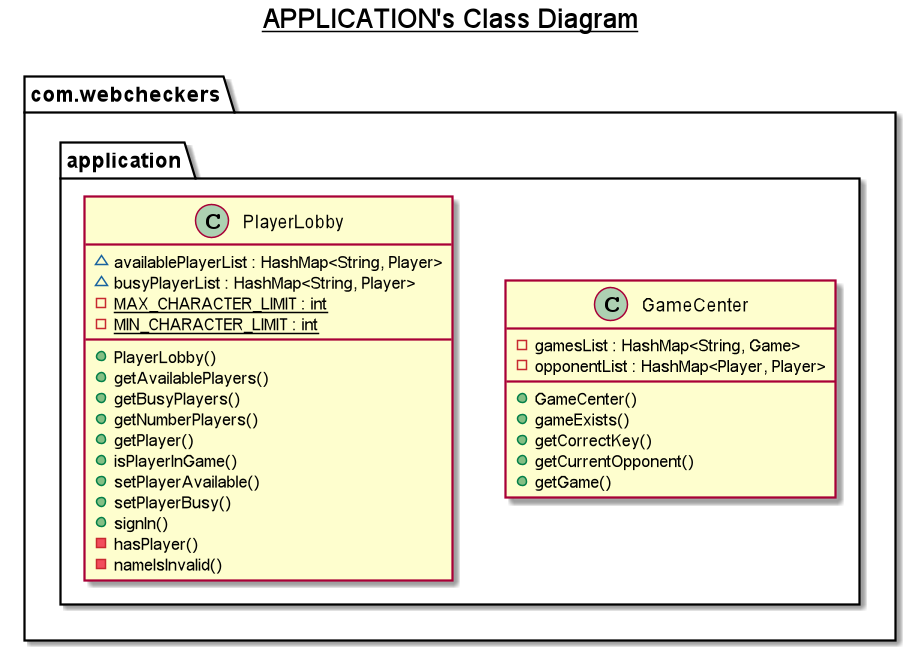
This is docs/application.png from Paxogos/checkers-app, a PlantUML export, as it was before one commit. Source of this version:
```plantuml
@startuml

title __APPLICATION's Class Diagram__\n

  namespace com.webcheckers {
    namespace application {
      class com.webcheckers.application.GameCenter {
          - gamesList : HashMap<String, Game>
          - opponentList : HashMap<Player, Player>
          + GameCenter()
          + gameExists()
          + getCorrectKey()
          + getCurrentOpponent()
          + getGame()
      }
    }
  }


  namespace com.webcheckers {
    namespace application {
      class com.webcheckers.application.PlayerLobby {
          ~ availablePlayerList : HashMap<String, Player>
          ~ busyPlayerList : HashMap<String, Player>
          {static} - MAX_CHARACTER_LIMIT : int
          {static} - MIN_CHARACTER_LIMIT : int
          + PlayerLobby()
          + getAvailablePlayers()
          + getBusyPlayers()
          + getNumberPlayers()
          + getPlayer()
          + isPlayerInGame()
          + setPlayerAvailable()
          + setPlayerBusy()
          + signIn()
          - hasPlayer()
          - nameIsInvalid()
      }
    }
  }






right footer


PlantUML diagram generated by SketchIt! (https://bitbucket.org/pmesmeur/sketch.it)
For more information about this tool, please contact philippe.mesmeur@gmail.com
endfooter

@enduml
```
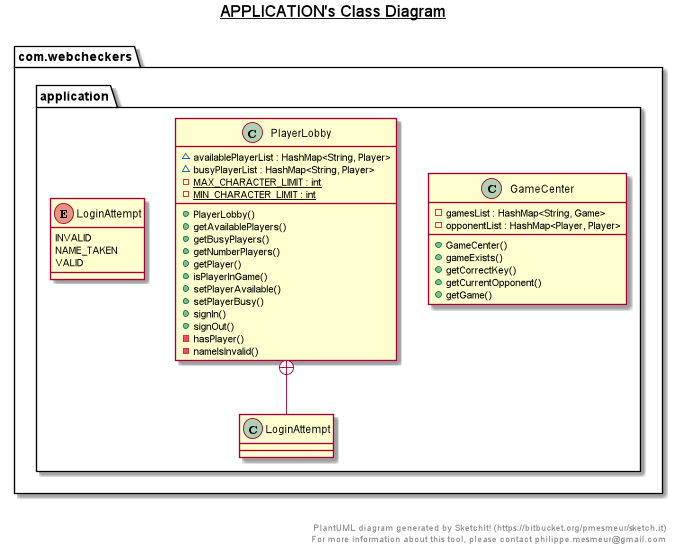
Above is the later version.

What changed in the source:
```diff
@@ -33,6 +33,7 @@
           + setPlayerAvailable()
           + setPlayerBusy()
           + signIn()
+          + signOut()
           - hasPlayer()
           - nameIsInvalid()
       }
@@ -40,8 +41,18 @@
   }
 
 
+  namespace com.webcheckers {
+    namespace application {
+      enum LoginAttempt {
+        INVALID
+        NAME_TAKEN
+        VALID
+      }
+    }
+  }
 
 
+  com.webcheckers.application.PlayerLobby +-down- com.webcheckers.application.PlayerLobby.LoginAttempt
 
 
 right footer
```
